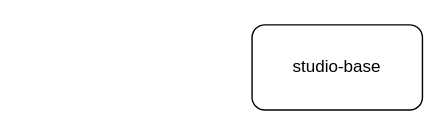
This is FoxgloveSearch.drawio from YueChuCheng/Wayside_draw, a draw.io file, before an edit. Source tidied: cells renumbered, new cells numbered last; positions are measured from the earlier drawing's top-left corner, leaving out a move shared by most shapes. Both pictures are drawn from the tidied source at 142%, with x=0, y=0 at pixel (251, 24).
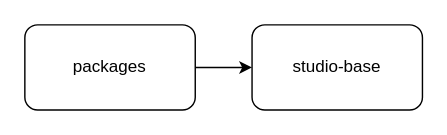
The same diagram, later.

What changed in the source:
```diff
@@
 <mxGraphModel>
   <root>
     <mxCell id="0" />
     <mxCell id="1" parent="0" />
     <mxCell id="2" value="studio-base" style="rounded=1;whiteSpace=wrap;html=1;" parent="1" vertex="1">
       <mxGeometry width="120" height="60" as="geometry" />
     </mxCell>
+    <mxCell id="3" style="edgeStyle=orthogonalEdgeStyle;rounded=0;jettySize=auto;html=1;" parent="1" edge="1" source="4" target="2">
+      <mxGeometry relative="1" as="geometry" />
+    </mxCell>
+    <mxCell id="4" value="packages" style="rounded=1;whiteSpace=wrap;html=1;" parent="1" vertex="1">
+      <mxGeometry x="-160" width="120" height="60" as="geometry" />
+    </mxCell>
   </root>
 </mxGraphModel>
```
